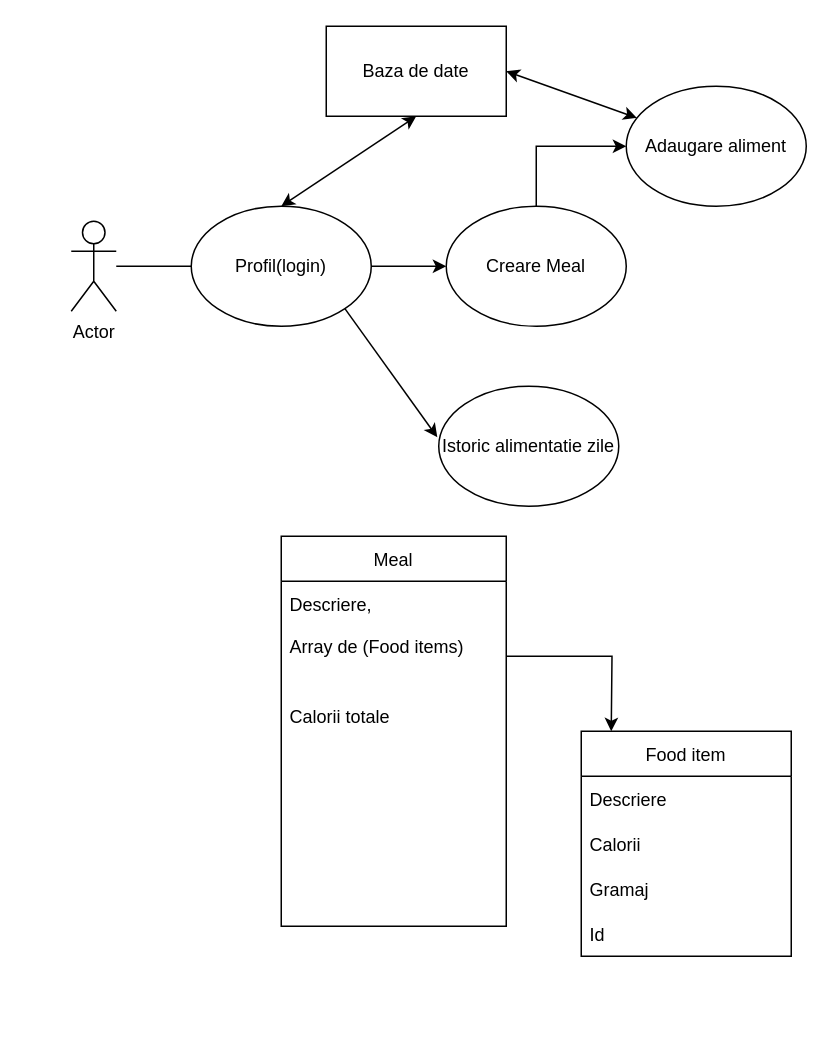
Above: Untitled Diagram.drawio in Splasher1804/Foodiet (draw.io), before the change. Source tidied: cells renumbered, new cells numbered last; positions are measured from the earlier drawing's top-left corner, leaving out a move shared by most shapes. Both pictures are drawn from the tidied source at 150%, with x=0, y=0 at pixel (70, 26).
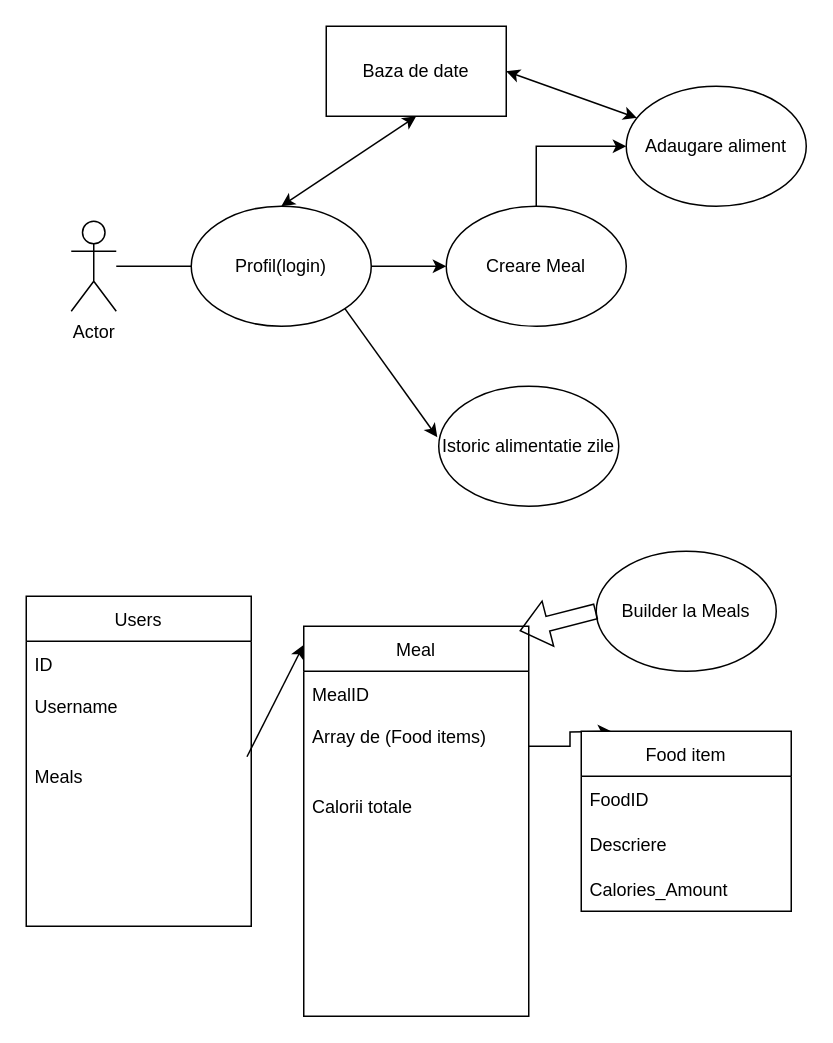
The same page after the edit.

The edit, as a diff of the source:
```diff
@@
     <mxCell id="6" value="Meal" style="swimlane;fontStyle=0;horizontal=1;startSize=30;" parent="1" vertex="1">
-      <mxGeometry x="140" y="340" width="150" height="260" as="geometry" />
+      <mxGeometry x="155" y="400" width="150" height="260" as="geometry" />
     </mxCell>
-    <mxCell id="7" value="Descriere, " style="text;strokeColor=none;fillColor=none;align=left;verticalAlign=middle;spacingLeft=4;spacingRight=4;overflow=hidden;" parent="6" vertex="1">
+    <mxCell id="7" value="MealID" style="text;strokeColor=none;fillColor=none;align=left;verticalAlign=middle;spacingLeft=4;spacingRight=4;overflow=hidden;" parent="6" vertex="1">
       <mxGeometry y="30" width="150" height="30" as="geometry" />
     </mxCell>
@@
     <mxCell id="14" value="Food item" style="swimlane;fontStyle=0;horizontal=1;startSize=30;" parent="1" vertex="1">
-      <mxGeometry x="340" y="470" width="140" height="150" as="geometry" />
+      <mxGeometry x="340" y="470" width="140" height="120" as="geometry" />
     </mxCell>
-    <mxCell id="15" value="Descriere" style="text;strokeColor=none;fillColor=none;align=left;verticalAlign=middle;spacingLeft=4;spacingRight=4;overflow=hidden;" parent="14" vertex="1">
+    <mxCell id="15" value="FoodID" style="text;strokeColor=none;fillColor=none;align=left;verticalAlign=middle;spacingLeft=4;spacingRight=4;overflow=hidden;" parent="14" vertex="1">
       <mxGeometry y="30" width="140" height="30" as="geometry" />
     </mxCell>
-    <mxCell id="16" value="Calorii" style="text;strokeColor=none;fillColor=none;align=left;verticalAlign=middle;spacingLeft=4;spacingRight=4;overflow=hidden;" parent="14" vertex="1">
+    <mxCell id="16" value="Descriere" style="text;strokeColor=none;fillColor=none;align=left;verticalAlign=middle;spacingLeft=4;spacingRight=4;overflow=hidden;" parent="14" vertex="1">
       <mxGeometry y="60" width="140" height="30" as="geometry" />
     </mxCell>
-    <mxCell id="17" value="Gramaj" style="text;strokeColor=none;fillColor=none;align=left;verticalAlign=middle;spacingLeft=4;spacingRight=4;overflow=hidden;" parent="14" vertex="1">
+    <mxCell id="17" value="Calories_Amount" style="text;strokeColor=none;fillColor=none;align=left;verticalAlign=middle;spacingLeft=4;spacingRight=4;overflow=hidden;" parent="14" vertex="1">
       <mxGeometry y="90" width="140" height="30" as="geometry" />
     </mxCell>
-    <mxCell id="18" value="Id" style="text;strokeColor=none;fillColor=none;align=left;verticalAlign=middle;spacingLeft=4;spacingRight=4;overflow=hidden;" parent="14" vertex="1">
-      <mxGeometry y="120" width="140" height="30" as="geometry" />
-    </mxCell>
@@
+    <mxCell id="27" value="Users" style="swimlane;fontStyle=0;horizontal=1;startSize=30;" parent="1" vertex="1">
+      <mxGeometry x="-30" y="380" width="150" height="220" as="geometry" />
+    </mxCell>
+    <mxCell id="28" value="ID" style="text;strokeColor=none;fillColor=none;align=left;verticalAlign=middle;spacingLeft=4;spacingRight=4;overflow=hidden;" parent="27" vertex="1">
+      <mxGeometry y="30" width="150" height="30" as="geometry" />
+    </mxCell>
+    <mxCell id="29" value="Username&#10;" style="text;strokeColor=none;fillColor=none;align=left;verticalAlign=middle;spacingLeft=4;spacingRight=4;overflow=hidden;" parent="27" vertex="1">
+      <mxGeometry y="60" width="150" height="40" as="geometry" />
+    </mxCell>
+    <mxCell id="30" value="Meals" style="text;strokeColor=none;fillColor=none;align=left;verticalAlign=middle;spacingLeft=4;spacingRight=4;overflow=hidden;points=[[0,0.5],[1,0.5]];portConstraint=eastwest;" parent="27" vertex="1">
+      <mxGeometry y="100" width="150" height="40" as="geometry" />
+    </mxCell>
+    <mxCell id="31" style="text;strokeColor=none;fillColor=none;align=left;verticalAlign=middle;spacingLeft=4;spacingRight=4;overflow=hidden;" parent="27" vertex="1">
+      <mxGeometry y="140" width="150" height="40" as="geometry" />
+    </mxCell>
+    <mxCell id="32" style="text;strokeColor=none;fillColor=none;align=left;verticalAlign=middle;spacingLeft=4;spacingRight=4;overflow=hidden;" parent="27" vertex="1">
+      <mxGeometry y="180" width="150" height="40" as="geometry" />
+    </mxCell>
+    <mxCell id="33" style="endArrow=classic;html=1;rounded=0;entryX=-0.001;entryY=0.048;entryDx=0;entryDy=0;entryPerimeter=0;exitX=0.981;exitY=0.175;exitDx=0;exitDy=0;exitPerimeter=0;" parent="1" edge="1" source="30" target="6">
+      <mxGeometry relative="1" as="geometry" />
+    </mxCell>
+    <mxCell id="34" value="Builder la Meals&lt;br&gt;" style="ellipse;whiteSpace=wrap;html=1;" parent="1" vertex="1">
+      <mxGeometry x="350" y="350" width="120" height="80" as="geometry" />
+    </mxCell>
+    <mxCell id="35" style="shape=flexArrow;endArrow=classic;html=1;rounded=0;entryX=0.959;entryY=0.012;entryDx=0;entryDy=0;entryPerimeter=0;exitX=0;exitY=0.5;exitDx=0;exitDy=0;" parent="1" edge="1" source="34" target="6">
+      <mxGeometry relative="1" as="geometry" />
+    </mxCell>
```
